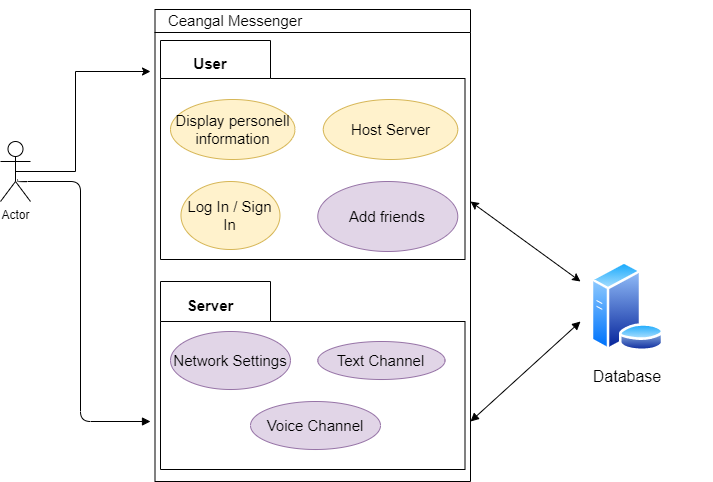
Before: usecase.png, a diagram exported from draw.io (LorenzSeufert/CeangalMessenger---Documentation). Source tidied: cells renumbered, new cells last; positions are measured from the earlier drawing's top-left corner, leaving out a move shared by most shapes. Its diagram source:
```xml
<mxGraphModel background="#ffffff">
  <root>
    <mxCell id="0" />
    <mxCell id="1" parent="0" />
    <mxCell id="2" style="swimlane;whiteSpace=wrap;startSize=23;" parent="1" vertex="1">
      <mxGeometry x="154.5" y="9" width="315.5" height="472" as="geometry" />
    </mxCell>
    <mxCell id="3" style="shape=folder;fontStyle=1;spacingTop=10;tabWidth=110;tabHeight=38;tabPosition=left;html=1;strokeColor=#000000;fillColor=none;fontSize=15;" parent="2" vertex="1">
      <mxGeometry x="5.5" y="31" width="304.5" height="219" as="geometry" />
    </mxCell>
    <mxCell id="4" value="User" style="text;align=center;fontStyle=1;verticalAlign=middle;spacingLeft=3;spacingRight=3;strokeColor=none;fillColor=none;fontSize=15;" parent="2" vertex="1">
      <mxGeometry x="15.5" y="40" width="80" height="26" as="geometry" />
    </mxCell>
    <mxCell id="5" value="Display personell information" style="ellipse;whiteSpace=wrap;html=1;strokeColor=#d6b656;fillColor=#fff2cc;fontSize=15;" parent="2" vertex="1">
      <mxGeometry x="15.5" y="90" width="124.5" height="60" as="geometry" />
    </mxCell>
    <mxCell id="6" value="Host Server" style="ellipse;whiteSpace=wrap;html=1;strokeColor=#d6b656;fillColor=#fff2cc;fontSize=15;" parent="2" vertex="1">
      <mxGeometry x="168.3" y="90" width="134.5" height="60" as="geometry" />
    </mxCell>
    <mxCell id="7" value="Add friends" style="ellipse;whiteSpace=wrap;html=1;strokeColor=#9673a6;fillColor=#e1d5e7;fontSize=15;" parent="2" vertex="1">
      <mxGeometry x="162.8" y="172" width="140" height="70" as="geometry" />
    </mxCell>
    <mxCell id="8" value="Log In / Sign In" style="ellipse;whiteSpace=wrap;html=1;strokeColor=#d6b656;fillColor=#fff2cc;fontSize=15;" parent="2" vertex="1">
      <mxGeometry x="26" y="172" width="99" height="68" as="geometry" />
    </mxCell>
    <mxCell id="9" style="shape=folder;fontStyle=1;spacingTop=10;tabWidth=110;tabHeight=40;tabPosition=left;html=1;strokeColor=#000000;fillColor=none;fontSize=15;" parent="2" vertex="1">
      <mxGeometry x="5.5" y="272" width="304.5" height="188" as="geometry" />
    </mxCell>
    <mxCell id="10" value="Server" style="text;align=center;fontStyle=1;verticalAlign=middle;spacingLeft=3;spacingRight=3;strokeColor=none;fillColor=none;fontSize=15;" parent="2" vertex="1">
      <mxGeometry x="15.5" y="282" width="80" height="26" as="geometry" />
    </mxCell>
    <mxCell id="11" value="Network Settings" style="ellipse;whiteSpace=wrap;html=1;strokeColor=#9673a6;fillColor=#e1d5e7;fontSize=15;" parent="2" vertex="1">
      <mxGeometry x="15.5" y="322" width="119.9" height="58" as="geometry" />
    </mxCell>
    <mxCell id="12" value="Text Channel" style="ellipse;whiteSpace=wrap;html=1;strokeColor=#9673a6;fillColor=#e1d5e7;fontSize=15;" parent="2" vertex="1">
      <mxGeometry x="162.8" y="332" width="127.2" height="38" as="geometry" />
    </mxCell>
    <mxCell id="13" value="Voice Channel" style="ellipse;whiteSpace=wrap;html=1;strokeColor=#9673a6;fillColor=#e1d5e7;fontSize=15;" parent="2" vertex="1">
      <mxGeometry x="95.5" y="392" width="130" height="48" as="geometry" />
    </mxCell>
    <mxCell id="14" value="Ceangal Messenger" style="text;html=1;align=center;verticalAlign=middle;whiteSpace=wrap;rounded=0;fontSize=15;" parent="2" vertex="1">
      <mxGeometry x="-4.5" y="-9" width="170" height="40" as="geometry" />
    </mxCell>
    <mxCell id="15" style="edgeStyle=orthogonalEdgeStyle;rounded=0;jettySize=auto;html=1;exitX=0.5;exitY=0.5;exitDx=0;exitDy=0;exitPerimeter=0;fontSize=15;" parent="1" edge="1" source="16">
      <mxGeometry relative="1" as="geometry">
        <mxPoint x="150" y="71" as="targetPoint" />
        <Array as="points">
          <mxPoint x="75" y="171" />
          <mxPoint x="75" y="71" />
        </Array>
      </mxGeometry>
    </mxCell>
    <mxCell id="16" value="Actor" style="shape=umlActor;verticalLabelPosition=bottom;verticalAlign=top;html=1;" parent="1" vertex="1">
      <mxGeometry y="141" width="30" height="60" as="geometry" />
    </mxCell>
    <mxCell id="17" style="endArrow=block;endFill=1;html=1;edgeStyle=orthogonalEdgeStyle;align=left;verticalAlign=top;fontSize=15;exitX=0.567;exitY=0.633;exitDx=0;exitDy=0;exitPerimeter=0;" parent="1" edge="1" source="16">
      <mxGeometry x="-1" relative="1" as="geometry">
        <mxPoint x="150" y="421" as="targetPoint" />
        <Array as="points">
          <mxPoint x="17" y="181" />
          <mxPoint x="80" y="181" />
          <mxPoint x="80" y="421" />
        </Array>
      </mxGeometry>
    </mxCell>
    <mxCell id="18" style="perimeter=ellipsePerimeter;html=1;align=center;shadow=0;dashed=0;spacingTop=3;image;image=img/lib/active_directory/database_server.svg;strokeColor=#000000;fillColor=none;fontSize=15;" parent="1" vertex="1">
      <mxGeometry x="590" y="261" width="73.8" height="90" as="geometry" />
    </mxCell>
    <mxCell id="19" style="endArrow=block;startArrow=block;endFill=1;startFill=1;html=1;fontSize=15;" parent="1" edge="1">
      <mxGeometry relative="1" as="geometry">
        <mxPoint x="470" y="421" as="sourcePoint" />
        <mxPoint x="580" y="321" as="targetPoint" />
      </mxGeometry>
    </mxCell>
    <mxCell id="20" value="&lt;font style=&quot;font-size: 16px&quot;&gt;Database&lt;/font&gt;" style="text;html=1;strokeColor=none;fillColor=none;align=center;verticalAlign=middle;whiteSpace=wrap;rounded=0;" parent="1" vertex="1">
      <mxGeometry x="541.9" y="351" width="170" height="50" as="geometry" />
    </mxCell>
    <mxCell id="21" style="endArrow=classic;startArrow=classic;html=1;" parent="1" edge="1">
      <mxGeometry relative="1" as="geometry">
        <mxPoint x="470" y="201" as="sourcePoint" />
        <mxPoint x="580" y="281" as="targetPoint" />
      </mxGeometry>
    </mxCell>
  </root>
</mxGraphModel>
```
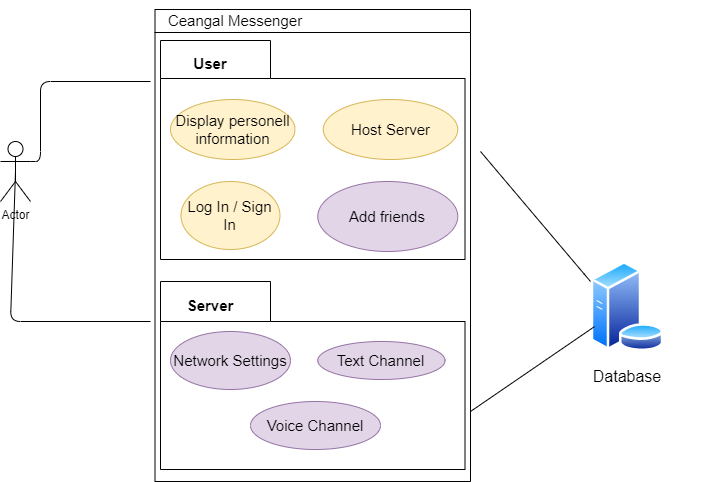
Later version of the same file.

Change to the diagram source:
```diff
@@ -41,45 +41,45 @@
     <mxCell id="14" value="Ceangal Messenger" style="text;html=1;align=center;verticalAlign=middle;whiteSpace=wrap;rounded=0;fontSize=15;" parent="2" vertex="1">
       <mxGeometry x="-4.5" y="-9" width="170" height="40" as="geometry" />
     </mxCell>
-    <mxCell id="15" style="edgeStyle=orthogonalEdgeStyle;rounded=0;jettySize=auto;html=1;exitX=0.5;exitY=0.5;exitDx=0;exitDy=0;exitPerimeter=0;fontSize=15;" parent="1" edge="1" source="16">
-      <mxGeometry relative="1" as="geometry">
-        <mxPoint x="150" y="71" as="targetPoint" />
-        <Array as="points">
-          <mxPoint x="75" y="171" />
-          <mxPoint x="75" y="71" />
-        </Array>
-      </mxGeometry>
-    </mxCell>
     <mxCell id="16" value="Actor" style="shape=umlActor;verticalLabelPosition=bottom;verticalAlign=top;html=1;" parent="1" vertex="1">
       <mxGeometry y="141" width="30" height="60" as="geometry" />
     </mxCell>
-    <mxCell id="17" style="endArrow=block;endFill=1;html=1;edgeStyle=orthogonalEdgeStyle;align=left;verticalAlign=top;fontSize=15;exitX=0.567;exitY=0.633;exitDx=0;exitDy=0;exitPerimeter=0;" parent="1" edge="1" source="16">
-      <mxGeometry x="-1" relative="1" as="geometry">
-        <mxPoint x="150" y="421" as="targetPoint" />
-        <Array as="points">
-          <mxPoint x="17" y="181" />
-          <mxPoint x="80" y="181" />
-          <mxPoint x="80" y="421" />
-        </Array>
-      </mxGeometry>
-    </mxCell>
     <mxCell id="18" style="perimeter=ellipsePerimeter;html=1;align=center;shadow=0;dashed=0;spacingTop=3;image;image=img/lib/active_directory/database_server.svg;strokeColor=#000000;fillColor=none;fontSize=15;" parent="1" vertex="1">
       <mxGeometry x="590" y="261" width="73.8" height="90" as="geometry" />
     </mxCell>
-    <mxCell id="19" style="endArrow=block;startArrow=block;endFill=1;startFill=1;html=1;fontSize=15;" parent="1" edge="1">
-      <mxGeometry relative="1" as="geometry">
-        <mxPoint x="470" y="421" as="sourcePoint" />
-        <mxPoint x="580" y="321" as="targetPoint" />
-      </mxGeometry>
-    </mxCell>
     <mxCell id="20" value="&lt;font style=&quot;font-size: 16px&quot;&gt;Database&lt;/font&gt;" style="text;html=1;strokeColor=none;fillColor=none;align=center;verticalAlign=middle;whiteSpace=wrap;rounded=0;" parent="1" vertex="1">
       <mxGeometry x="541.9" y="351" width="170" height="50" as="geometry" />
     </mxCell>
-    <mxCell id="21" style="endArrow=classic;startArrow=classic;html=1;" parent="1" edge="1">
-      <mxGeometry relative="1" as="geometry">
-        <mxPoint x="470" y="201" as="sourcePoint" />
-        <mxPoint x="580" y="281" as="targetPoint" />
-      </mxGeometry>
-    </mxCell>
+    <mxCell id="22" style="endArrow=none;html=1;" parent="1" edge="1">
+      <mxGeometry relative="1" as="geometry">
+        <mxPoint x="480" y="151" as="sourcePoint" />
+        <mxPoint x="590" y="281" as="targetPoint" />
+        <Array as="points">
+          <mxPoint x="590" y="281" />
+        </Array>
+      </mxGeometry>
+    </mxCell>
+    <mxCell id="23" style="endArrow=none;html=1;entryX=0;entryY=0.75;entryDx=0;entryDy=0;" parent="1" edge="1" target="18">
+      <mxGeometry relative="1" as="geometry">
+        <mxPoint x="470" y="411" as="sourcePoint" />
+      </mxGeometry>
+    </mxCell>
+    <mxCell id="24" style="endArrow=none;html=1;exitX=1;exitY=0.3333333333333333;exitDx=0;exitDy=0;exitPerimeter=0;" parent="1" edge="1" source="16">
+      <mxGeometry relative="1" as="geometry">
+        <mxPoint x="150" y="81" as="targetPoint" />
+        <Array as="points">
+          <mxPoint x="40" y="161" />
+          <mxPoint x="40" y="81" />
+        </Array>
+      </mxGeometry>
+    </mxCell>
+    <mxCell id="25" style="endArrow=none;html=1;exitX=0.5;exitY=0.5;exitDx=0;exitDy=0;exitPerimeter=0;" parent="1" edge="1" source="16">
+      <mxGeometry relative="1" as="geometry">
+        <mxPoint x="150" y="321" as="targetPoint" />
+        <Array as="points">
+          <mxPoint x="10" y="321" />
+        </Array>
+      </mxGeometry>
+    </mxCell>
   </root>
 </mxGraphModel>
```
